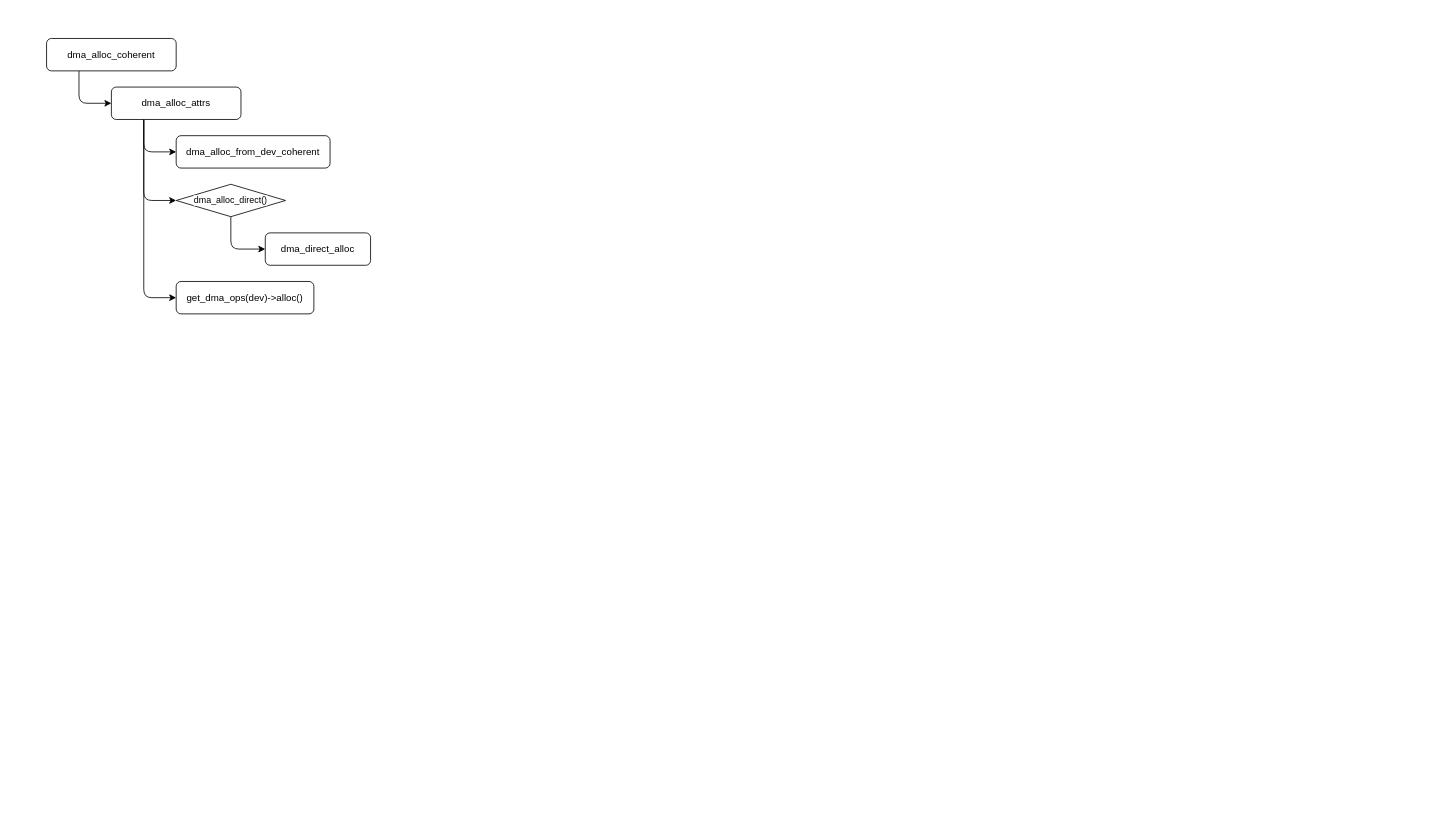
Aspiresky/draw.io keeps this draw.io diagram as page "DMA" (1 of 4) of linux/linux-driver.drawio. Above is the earlier version. Source tidied: cells renumbered, new cells numbered last; positions are measured from the earlier drawing's top-left corner, leaving out a move shared by most shapes. Both pictures are drawn from the tidied source at 81%, with x=0, y=0 at pixel (46, 38).
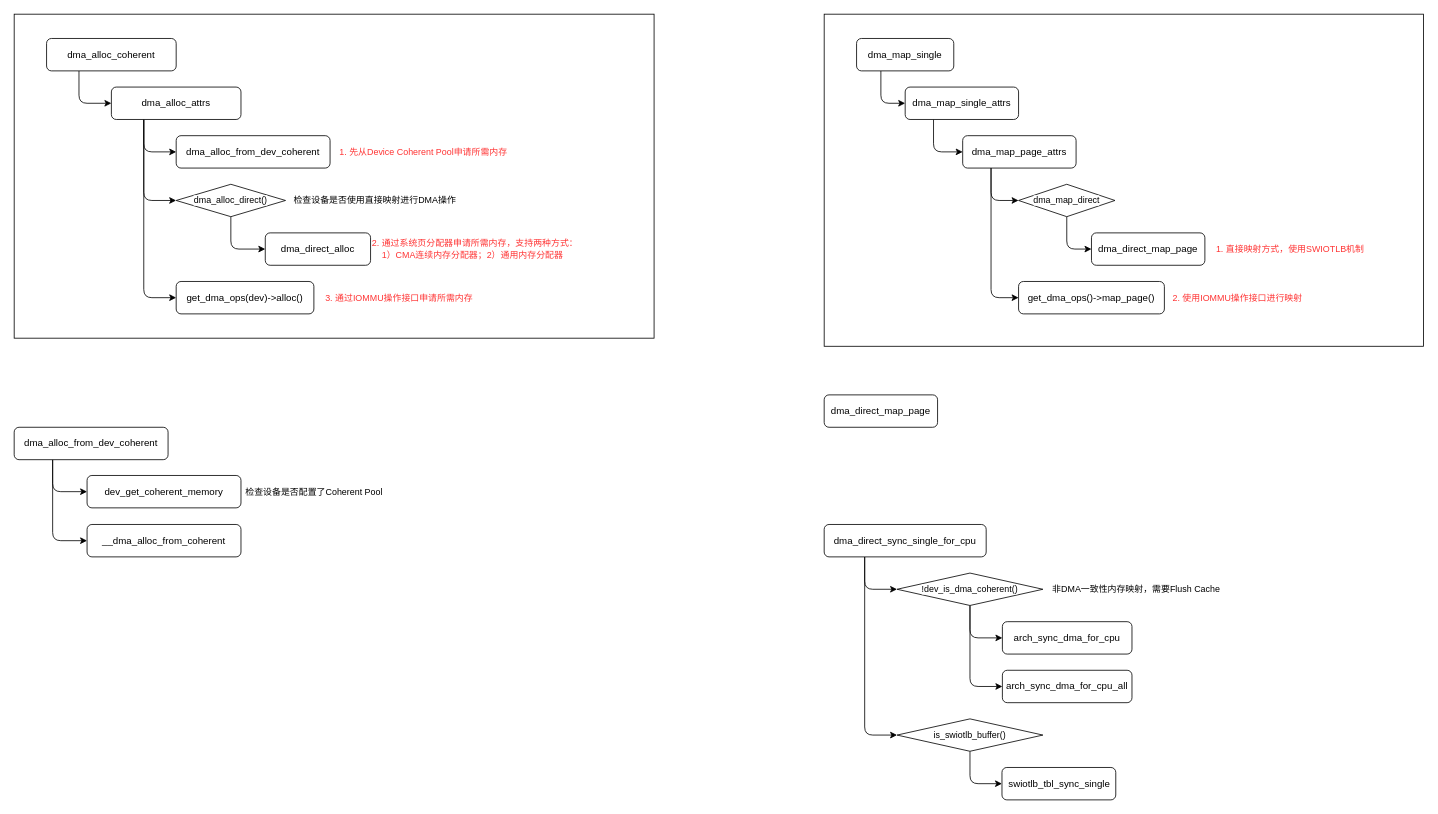
The same page after the edit.

Diff of the diagram source:
```diff
@@
+    <mxCell id="13" style="edgeStyle=orthogonalEdgeStyle;rounded=1;jettySize=auto;html=1;exitX=0.25;exitY=1;exitDx=0;exitDy=0;entryX=0;entryY=0.5;entryDx=0;entryDy=0;strokeColor=default;align=center;verticalAlign=middle;fontFamily=Helvetica;fontSize=11;fontColor=default;labelBackgroundColor=default;endArrow=classic;" parent="1" edge="1" source="15" target="16">
+      <mxGeometry relative="1" as="geometry" />
+    </mxCell>
+    <mxCell id="14" style="edgeStyle=orthogonalEdgeStyle;rounded=1;jettySize=auto;html=1;exitX=0.25;exitY=1;exitDx=0;exitDy=0;entryX=0;entryY=0.5;entryDx=0;entryDy=0;strokeColor=default;align=center;verticalAlign=middle;fontFamily=Helvetica;fontSize=11;fontColor=default;labelBackgroundColor=default;endArrow=classic;" parent="1" edge="1" source="15" target="17">
+      <mxGeometry relative="1" as="geometry" />
+    </mxCell>
+    <mxCell id="15" value="dma_alloc_from_dev_coherent" style="rounded=1;whiteSpace=wrap;html=1;" parent="1" vertex="1">
+      <mxGeometry x="-40" y="480" width="190" height="40" as="geometry" />
+    </mxCell>
+    <mxCell id="16" value="dev_get_coherent_memory" style="rounded=1;whiteSpace=wrap;html=1;" parent="1" vertex="1">
+      <mxGeometry x="50" y="539.5" width="190" height="40" as="geometry" />
+    </mxCell>
+    <mxCell id="17" value="__dma_alloc_from_coherent" style="rounded=1;whiteSpace=wrap;html=1;" parent="1" vertex="1">
+      <mxGeometry x="50" y="600" width="190" height="40" as="geometry" />
+    </mxCell>
+    <mxCell id="18" value="检查设备是否配置了Coherent Pool" style="text;html=1;align=center;verticalAlign=middle;strokeColor=none;fillColor=none;fontFamily=Helvetica;fontSize=11;fontColor=default;labelBackgroundColor=default;" parent="1" vertex="1">
+      <mxGeometry x="235" y="544.5" width="190" height="30" as="geometry" />
+    </mxCell>
+    <mxCell id="19" value="dma_direct_map_page" style="rounded=1;whiteSpace=wrap;html=1;" parent="1" vertex="1">
+      <mxGeometry x="960" y="440" width="140" height="40" as="geometry" />
+    </mxCell>
+    <mxCell id="20" style="rounded=0;whiteSpace=wrap;html=1;fontFamily=Helvetica;fontSize=11;fontColor=default;labelBackgroundColor=default;" parent="1" vertex="1">
+      <mxGeometry x="-40" y="-30" width="790" height="400" as="geometry" />
+    </mxCell>
@@
+    <mxCell id="21" value="1. 先从Device Coherent Pool申请所需内存" style="text;html=1;align=center;verticalAlign=middle;strokeColor=none;fillColor=none;fontFamily=Helvetica;fontSize=11;fontColor=#FF3333;labelBackgroundColor=default;" parent="1" vertex="1">
+      <mxGeometry x="350" y="125" width="230" height="30" as="geometry" />
+    </mxCell>
+    <mxCell id="22" value="检查设备是否使用直接映射进行DMA操作" style="text;html=1;align=center;verticalAlign=middle;strokeColor=none;fillColor=none;fontFamily=Helvetica;fontSize=11;fontColor=default;labelBackgroundColor=default;" parent="1" vertex="1">
+      <mxGeometry x="295" y="185" width="220" height="30" as="geometry" />
+    </mxCell>
+    <mxCell id="23" value="2. 通过系统页分配器申请所需内存，支持两种方式：&lt;br&gt;&lt;span style=&quot;white-space-collapse: preserve;&quot;&gt;&amp;nbsp; &amp;nbsp; &lt;/span&gt;1）CMA连续内存分配器；2）通用内存分配器" style="text;html=1;align=left;verticalAlign=middle;strokeColor=none;fillColor=none;fontFamily=Helvetica;fontSize=11;fontColor=#FF3333;labelBackgroundColor=default;" parent="1" vertex="1">
+      <mxGeometry x="400" y="240" width="280" height="40" as="geometry" />
+    </mxCell>
+    <mxCell id="24" value="3. 通过IOMMU操作接口申请所需内存" style="text;html=1;align=center;verticalAlign=middle;strokeColor=none;fillColor=none;fontFamily=Helvetica;fontSize=11;fontColor=#FF3333;labelBackgroundColor=default;" parent="1" vertex="1">
+      <mxGeometry x="330" y="305" width="210" height="30" as="geometry" />
+    </mxCell>
+    <mxCell id="25" style="rounded=0;whiteSpace=wrap;html=1;fontFamily=Helvetica;fontSize=11;fontColor=default;labelBackgroundColor=default;" parent="1" vertex="1">
+      <mxGeometry x="960" y="-30" width="740" height="410" as="geometry" />
+    </mxCell>
+    <mxCell id="26" style="edgeStyle=orthogonalEdgeStyle;rounded=1;jettySize=auto;html=1;exitX=0.25;exitY=1;exitDx=0;exitDy=0;entryX=0;entryY=0.5;entryDx=0;entryDy=0;strokeColor=default;align=center;verticalAlign=middle;fontFamily=Helvetica;fontSize=11;fontColor=default;labelBackgroundColor=default;endArrow=classic;" parent="1" edge="1" source="27" target="29">
+      <mxGeometry relative="1" as="geometry" />
+    </mxCell>
+    <mxCell id="27" value="dma_map_single" style="rounded=1;whiteSpace=wrap;html=1;" parent="1" vertex="1">
+      <mxGeometry x="1000" width="120" height="40" as="geometry" />
+    </mxCell>
+    <mxCell id="28" style="edgeStyle=orthogonalEdgeStyle;rounded=1;jettySize=auto;html=1;exitX=0.25;exitY=1;exitDx=0;exitDy=0;entryX=0;entryY=0.5;entryDx=0;entryDy=0;strokeColor=default;align=center;verticalAlign=middle;fontFamily=Helvetica;fontSize=11;fontColor=default;labelBackgroundColor=default;endArrow=classic;" parent="1" edge="1" source="29" target="32">
+      <mxGeometry relative="1" as="geometry" />
+    </mxCell>
+    <mxCell id="29" value="dma_map_single_attrs" style="rounded=1;whiteSpace=wrap;html=1;" parent="1" vertex="1">
+      <mxGeometry x="1060" y="60" width="140" height="40" as="geometry" />
+    </mxCell>
+    <mxCell id="30" style="edgeStyle=orthogonalEdgeStyle;rounded=1;jettySize=auto;html=1;exitX=0.25;exitY=1;exitDx=0;exitDy=0;entryX=0;entryY=0.5;entryDx=0;entryDy=0;strokeColor=default;align=center;verticalAlign=middle;fontFamily=Helvetica;fontSize=11;fontColor=default;labelBackgroundColor=default;endArrow=classic;" parent="1" edge="1" source="32" target="34">
+      <mxGeometry relative="1" as="geometry" />
+    </mxCell>
+    <mxCell id="31" style="edgeStyle=orthogonalEdgeStyle;rounded=1;jettySize=auto;html=1;exitX=0.25;exitY=1;exitDx=0;exitDy=0;entryX=0;entryY=0.5;entryDx=0;entryDy=0;strokeColor=default;align=center;verticalAlign=middle;fontFamily=Helvetica;fontSize=11;fontColor=default;labelBackgroundColor=default;endArrow=classic;" parent="1" edge="1" source="32" target="36">
+      <mxGeometry relative="1" as="geometry" />
+    </mxCell>
+    <mxCell id="32" value="dma_map_page_attrs" style="rounded=1;whiteSpace=wrap;html=1;" parent="1" vertex="1">
+      <mxGeometry x="1131" y="120" width="140" height="40" as="geometry" />
+    </mxCell>
+    <mxCell id="33" style="edgeStyle=orthogonalEdgeStyle;rounded=1;jettySize=auto;html=1;exitX=0.5;exitY=1;exitDx=0;exitDy=0;entryX=0;entryY=0.5;entryDx=0;entryDy=0;strokeColor=default;align=center;verticalAlign=middle;fontFamily=Helvetica;fontSize=11;fontColor=default;labelBackgroundColor=default;endArrow=classic;" parent="1" edge="1" source="34" target="35">
+      <mxGeometry relative="1" as="geometry" />
+    </mxCell>
+    <mxCell id="34" value="dma_map_direct" style="rhombus;whiteSpace=wrap;html=1;fontFamily=Helvetica;fontSize=11;fontColor=default;labelBackgroundColor=default;" parent="1" vertex="1">
+      <mxGeometry x="1200" y="180" width="119" height="40" as="geometry" />
+    </mxCell>
+    <mxCell id="35" value="dma_direct_map_page" style="rounded=1;whiteSpace=wrap;html=1;" parent="1" vertex="1">
+      <mxGeometry x="1290" y="240" width="140" height="40" as="geometry" />
+    </mxCell>
+    <mxCell id="36" value="get_dma_ops()-&amp;gt;map_page()" style="rounded=1;whiteSpace=wrap;html=1;" parent="1" vertex="1">
+      <mxGeometry x="1200" y="300" width="180" height="40" as="geometry" />
+    </mxCell>
+    <mxCell id="37" value="1. 直接映射方式，使用SWIOTLB机制" style="text;html=1;align=center;verticalAlign=middle;strokeColor=none;fillColor=none;fontFamily=Helvetica;fontSize=11;fontColor=#FF3333;labelBackgroundColor=default;" parent="1" vertex="1">
+      <mxGeometry x="1430" y="245" width="210" height="30" as="geometry" />
+    </mxCell>
+    <mxCell id="38" value="2. 使用IOMMU操作接口进行映射" style="text;html=1;align=center;verticalAlign=middle;strokeColor=none;fillColor=none;fontFamily=Helvetica;fontSize=11;fontColor=#FF3333;labelBackgroundColor=default;" parent="1" vertex="1">
+      <mxGeometry x="1380" y="305" width="180" height="30" as="geometry" />
+    </mxCell>
+    <mxCell id="39" style="edgeStyle=orthogonalEdgeStyle;rounded=1;jettySize=auto;html=1;exitX=0.25;exitY=1;exitDx=0;exitDy=0;entryX=0;entryY=0.5;entryDx=0;entryDy=0;strokeColor=default;align=center;verticalAlign=middle;fontFamily=Helvetica;fontSize=11;fontColor=default;labelBackgroundColor=default;endArrow=classic;" parent="1" edge="1" source="41" target="45">
+      <mxGeometry relative="1" as="geometry" />
+    </mxCell>
+    <mxCell id="40" style="edgeStyle=orthogonalEdgeStyle;rounded=1;jettySize=auto;html=1;exitX=0.25;exitY=1;exitDx=0;exitDy=0;entryX=0;entryY=0.5;entryDx=0;entryDy=0;strokeColor=default;align=center;verticalAlign=middle;fontFamily=Helvetica;fontSize=11;fontColor=default;labelBackgroundColor=default;endArrow=classic;" parent="1" edge="1" source="41" target="49">
+      <mxGeometry relative="1" as="geometry" />
+    </mxCell>
+    <mxCell id="41" value="dma_direct_sync_single_for_cpu" style="rounded=1;whiteSpace=wrap;html=1;" parent="1" vertex="1">
+      <mxGeometry x="960" y="600" width="200" height="40" as="geometry" />
+    </mxCell>
+    <mxCell id="42" value="arch_sync_dma_for_cpu" style="rounded=1;whiteSpace=wrap;html=1;" parent="1" vertex="1">
+      <mxGeometry x="1180" y="720" width="160" height="40" as="geometry" />
+    </mxCell>
+    <mxCell id="43" style="edgeStyle=orthogonalEdgeStyle;rounded=1;jettySize=auto;html=1;exitX=0.5;exitY=1;exitDx=0;exitDy=0;entryX=0;entryY=0.5;entryDx=0;entryDy=0;strokeColor=default;align=center;verticalAlign=middle;fontFamily=Helvetica;fontSize=11;fontColor=default;labelBackgroundColor=default;endArrow=classic;" parent="1" edge="1" source="45" target="42">
+      <mxGeometry relative="1" as="geometry" />
+    </mxCell>
+    <mxCell id="44" style="edgeStyle=orthogonalEdgeStyle;rounded=1;jettySize=auto;html=1;exitX=0.5;exitY=1;exitDx=0;exitDy=0;entryX=0;entryY=0.5;entryDx=0;entryDy=0;strokeColor=default;align=center;verticalAlign=middle;fontFamily=Helvetica;fontSize=11;fontColor=default;labelBackgroundColor=default;endArrow=classic;" parent="1" edge="1" source="45" target="47">
+      <mxGeometry relative="1" as="geometry" />
+    </mxCell>
+    <mxCell id="45" value="!dev_is_dma_coherent()" style="rhombus;whiteSpace=wrap;html=1;fontFamily=Helvetica;fontSize=11;fontColor=default;labelBackgroundColor=default;" parent="1" vertex="1">
+      <mxGeometry x="1050" y="660" width="180" height="40" as="geometry" />
+    </mxCell>
+    <mxCell id="46" value="非DMA一致性内存映射，需要Flush Cache" style="text;html=1;align=center;verticalAlign=middle;strokeColor=none;fillColor=none;fontFamily=Helvetica;fontSize=11;fontColor=default;labelBackgroundColor=default;" parent="1" vertex="1">
+      <mxGeometry x="1230" y="665" width="230" height="30" as="geometry" />
+    </mxCell>
+    <mxCell id="47" value="arch_sync_dma_for_cpu_all" style="rounded=1;whiteSpace=wrap;html=1;" parent="1" vertex="1">
+      <mxGeometry x="1180" y="780" width="160" height="40" as="geometry" />
+    </mxCell>
+    <mxCell id="48" style="edgeStyle=orthogonalEdgeStyle;rounded=1;jettySize=auto;html=1;exitX=0.5;exitY=1;exitDx=0;exitDy=0;entryX=0;entryY=0.5;entryDx=0;entryDy=0;strokeColor=default;align=center;verticalAlign=middle;fontFamily=Helvetica;fontSize=11;fontColor=default;labelBackgroundColor=default;endArrow=classic;" parent="1" edge="1" source="49" target="50">
+      <mxGeometry relative="1" as="geometry" />
+    </mxCell>
+    <mxCell id="49" value="is_swiotlb_buffer()" style="rhombus;whiteSpace=wrap;html=1;fontFamily=Helvetica;fontSize=11;fontColor=default;labelBackgroundColor=default;" parent="1" vertex="1">
+      <mxGeometry x="1050" y="840" width="180" height="40" as="geometry" />
+    </mxCell>
+    <mxCell id="50" value="swiotlb_tbl_sync_single" style="rounded=1;whiteSpace=wrap;html=1;" parent="1" vertex="1">
+      <mxGeometry x="1179.5" y="900" width="140.5" height="40" as="geometry" />
+    </mxCell>
```
